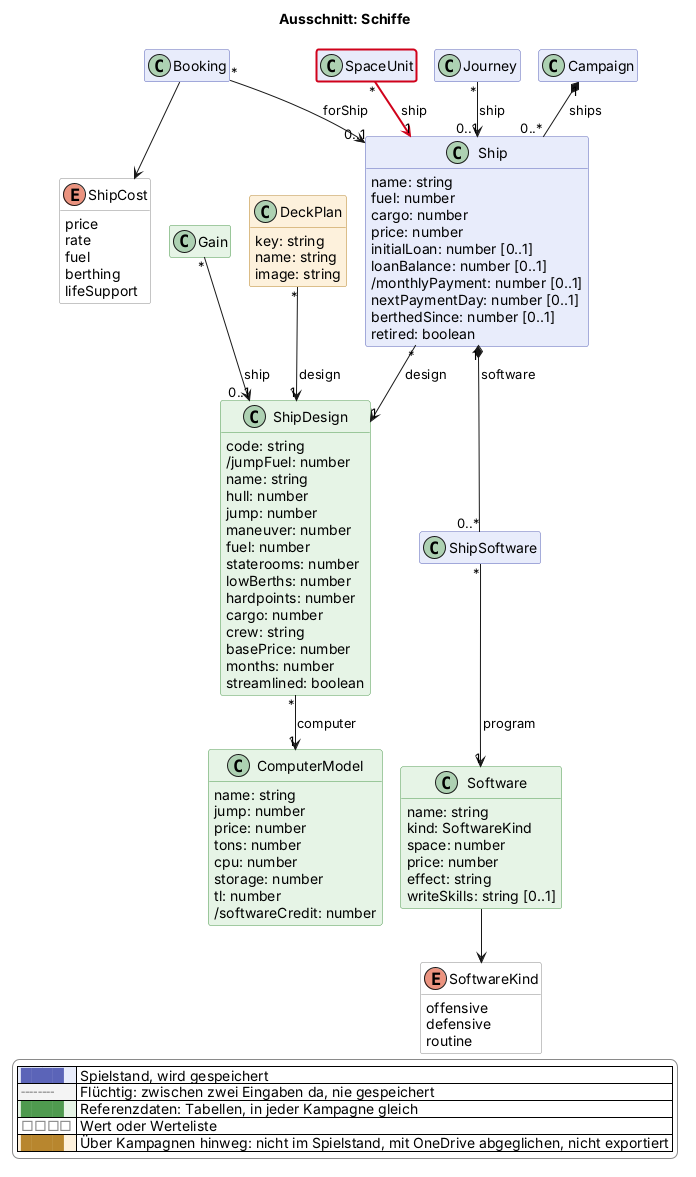
Above: docs/views/schiffe.png in scuzzar/SRE (PlantUML), before the change.
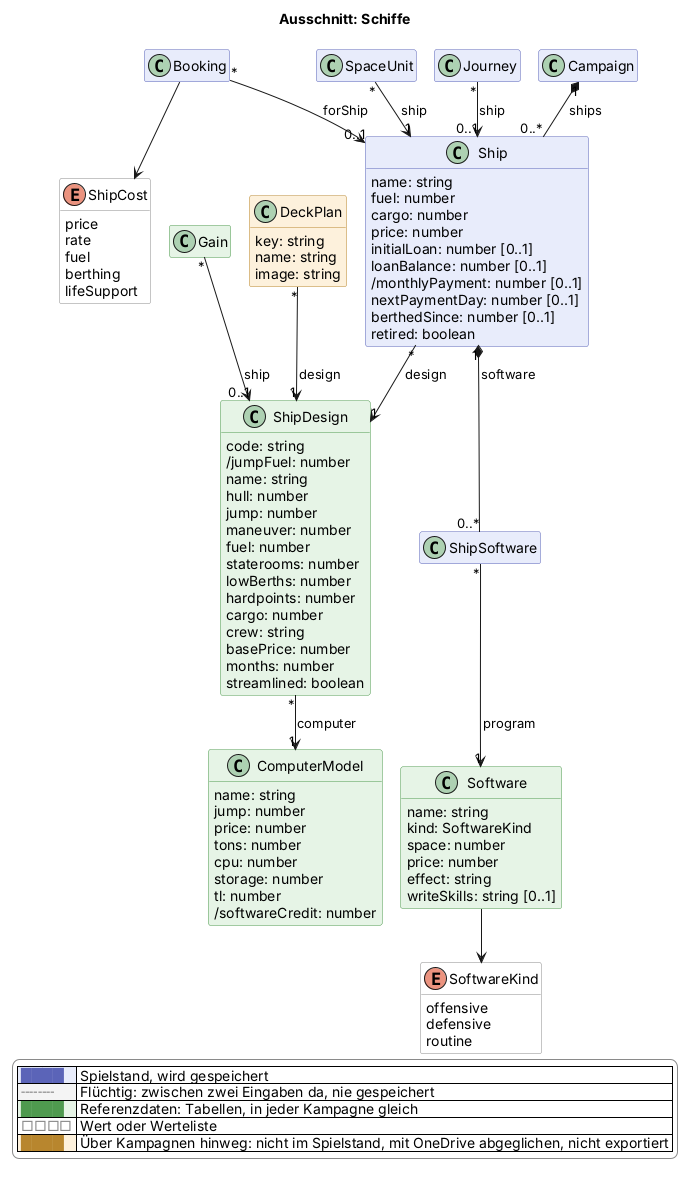
After the commit.

Diff of the diagram source:
```diff
@@ -139,7 +139,7 @@
     image: string
   }
 
-  class SpaceUnit $raum $newClass("2026-11-18")
+  class SpaceUnit $raum
 
 
 
@@ -158,7 +158,7 @@
 ShipDesign "*" --> "1" ComputerModel : computer
 Booking "*" --> "0..1" Ship : forShip
 
-SpaceUnit "*" -$newArrow("2026-11-18")-> "1" Ship : ship
+SpaceUnit "*" --> "1" Ship : ship
 Gain "*" --> "0..1" ShipDesign : ship
 DeckPlan "*" --> "1" ShipDesign : design
 
```
